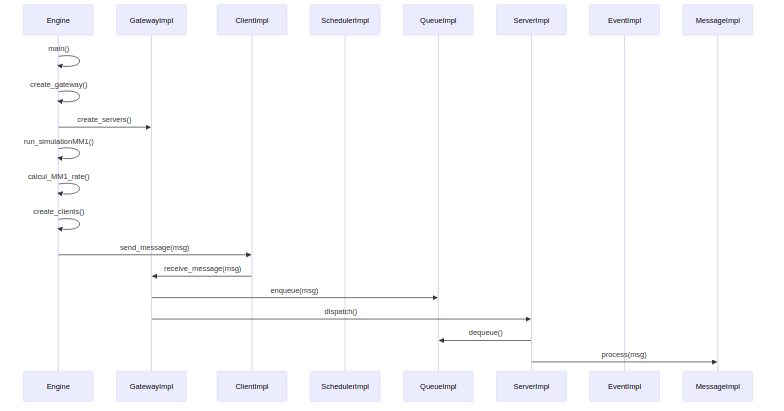
This is mermaid/mermaid_sequence.png from ezYakaEagle442/rcp103, a Mermaid export, as it was before one commit. Its source is kept beside it as mermaid/mermaid_sequence.mmd.
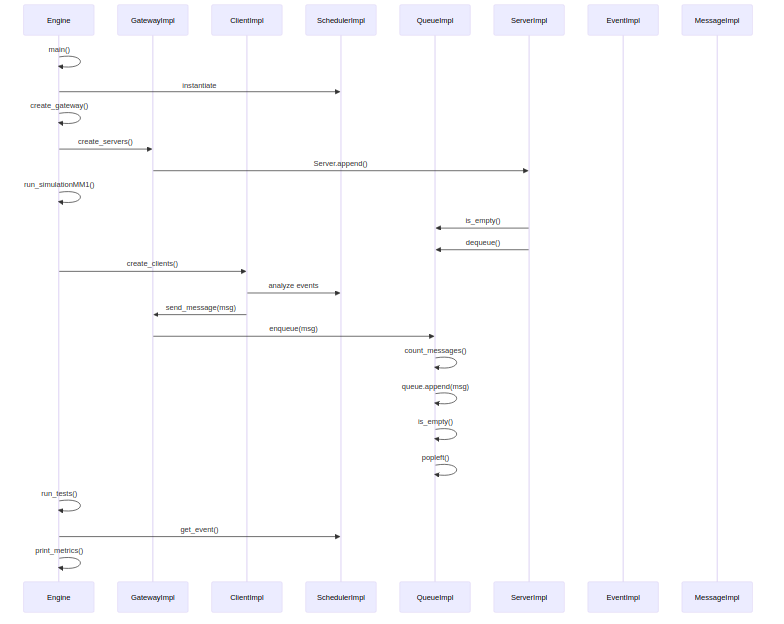
After the commit.

Diff of the diagram source:
```diff
@@ -10,16 +10,23 @@
     participant MessageImpl
 
     Engine->>Engine: main()
+    Engine->>SchedulerImpl: instantiate
     Engine->>Engine: create_gateway()
     Engine->>GatewayImpl: create_servers()
+    GatewayImpl->>ServerImpl: Server.append()
     Engine->>Engine: run_simulationMM1()
-    Engine->>Engine: calcul_MM1_rate()
-    Engine->>Engine: create_clients()
-    Engine->>ClientImpl: send_message(msg)
-    ClientImpl->>GatewayImpl: receive_message(msg)
+    ServerImpl->>QueueImpl: is_empty()
+    ServerImpl->>QueueImpl: dequeue()
+    Engine->>ClientImpl: create_clients()
+    ClientImpl->>SchedulerImpl: analyze events
+    ClientImpl->>GatewayImpl: send_message(msg)
     GatewayImpl->>QueueImpl: enqueue(msg)
-    GatewayImpl->>ServerImpl: dispatch()
-    ServerImpl->>QueueImpl: dequeue()
-    ServerImpl->>MessageImpl: process(msg)
+    QueueImpl->>QueueImpl: count_messages()
+    QueueImpl->>QueueImpl: queue.append(msg)
+    QueueImpl->>QueueImpl: is_empty()
+    QueueImpl->>QueueImpl: popleft()
+    Engine->>Engine: run_tests()
+    Engine->>SchedulerImpl: get_event()
+    Engine->>Engine: print_metrics()
 
 
```
